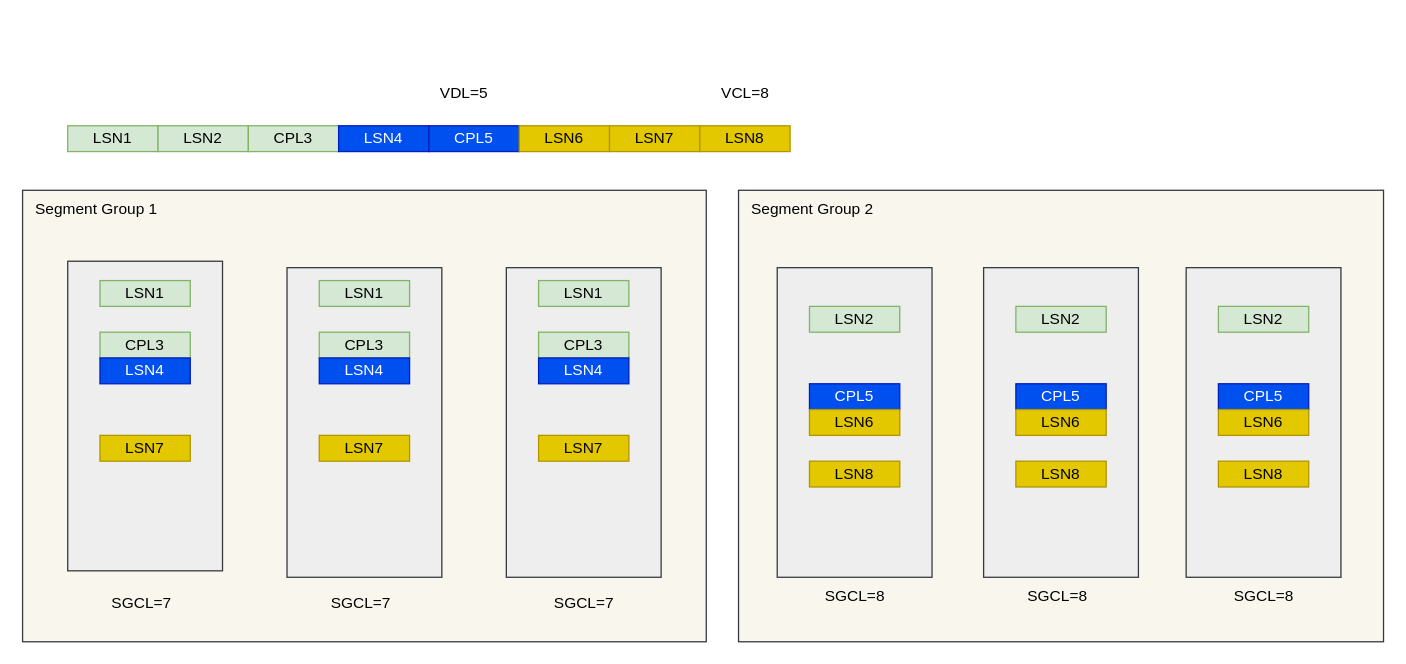
Above: write.drawio in clemenza/czha-ip-router (draw.io), before the change. Source tidied: cells renumbered, new cells numbered last; positions are measured from the earlier drawing's top-left corner, leaving out a move shared by most shapes. Both pictures are drawn from the tidied source at 129%, with x=0, y=0 at pixel (22, 74).
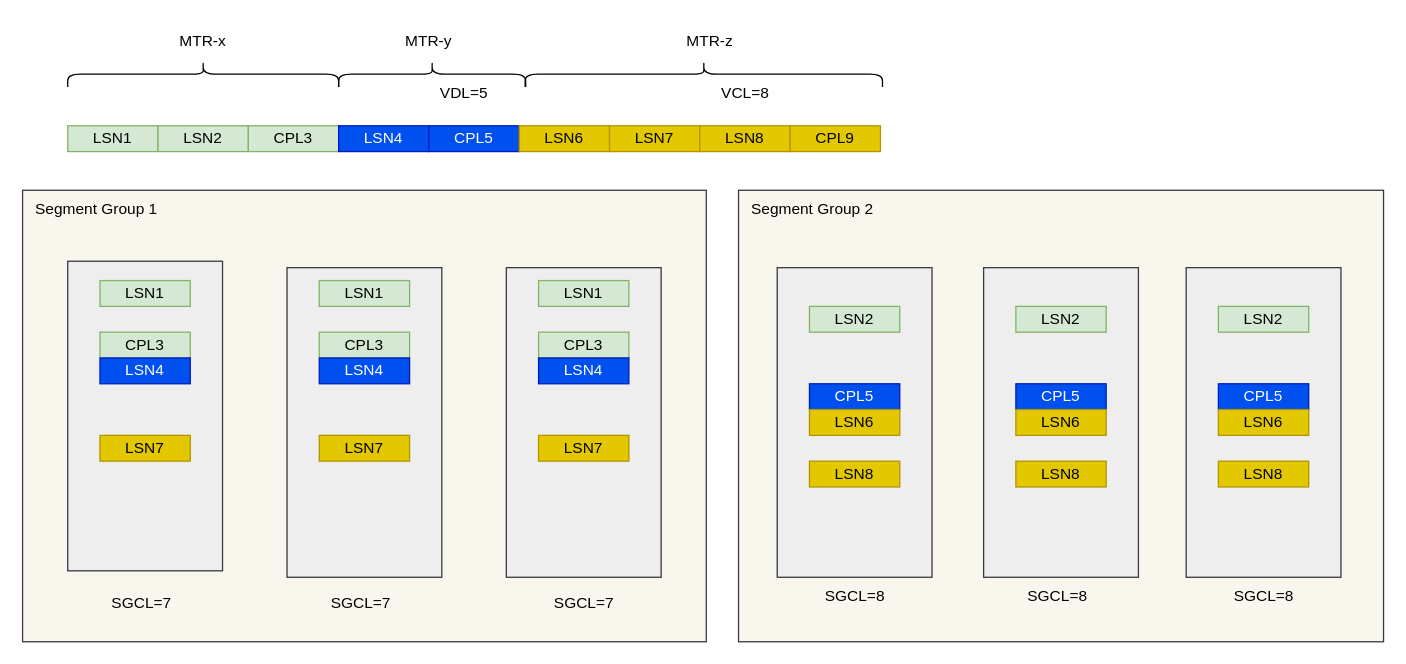
After the change.

What changed in the source:
```diff
@@
+    <mxCell id="52" style="shape=curlyBracket;whiteSpace=wrap;html=1;rounded=1;rotation=90;" parent="1" vertex="1">
+      <mxGeometry x="130" y="-105" width="20" height="210" as="geometry" />
+    </mxCell>
+    <mxCell id="53" style="shape=curlyBracket;whiteSpace=wrap;html=1;rounded=1;rotation=90;" parent="1" vertex="1">
+      <mxGeometry x="307.5" y="-72.5" width="20" height="145" as="geometry" />
+    </mxCell>
+    <mxCell id="54" style="shape=curlyBracket;whiteSpace=wrap;html=1;rounded=1;rotation=90;" parent="1" vertex="1">
+      <mxGeometry x="518.1" y="-138.5" width="20" height="277" as="geometry" />
+    </mxCell>
+    <mxCell id="55" value="CPL9" style="rounded=0;whiteSpace=wrap;html=1;fillColor=#e3c800;fontColor=#000000;strokeColor=#B09500;" parent="1" vertex="1">
+      <mxGeometry x="595" y="40" width="70" height="20" as="geometry" />
+    </mxCell>
+    <mxCell id="56" value="MTR-x" style="text;html=1;strokeColor=none;fillColor=none;align=center;verticalAlign=middle;whiteSpace=wrap;rounded=0;" parent="1" vertex="1">
+      <mxGeometry x="110" y="-40" width="60" height="30" as="geometry" />
+    </mxCell>
+    <mxCell id="57" value="MTR-y" style="text;html=1;strokeColor=none;fillColor=none;align=center;verticalAlign=middle;whiteSpace=wrap;rounded=0;" parent="1" vertex="1">
+      <mxGeometry x="285" y="-40" width="60" height="30" as="geometry" />
+    </mxCell>
+    <mxCell id="58" value="MTR-z" style="text;html=1;strokeColor=none;fillColor=none;align=center;verticalAlign=middle;whiteSpace=wrap;rounded=0;" parent="1" vertex="1">
+      <mxGeometry x="502.5" y="-40" width="60" height="30" as="geometry" />
+    </mxCell>
```
